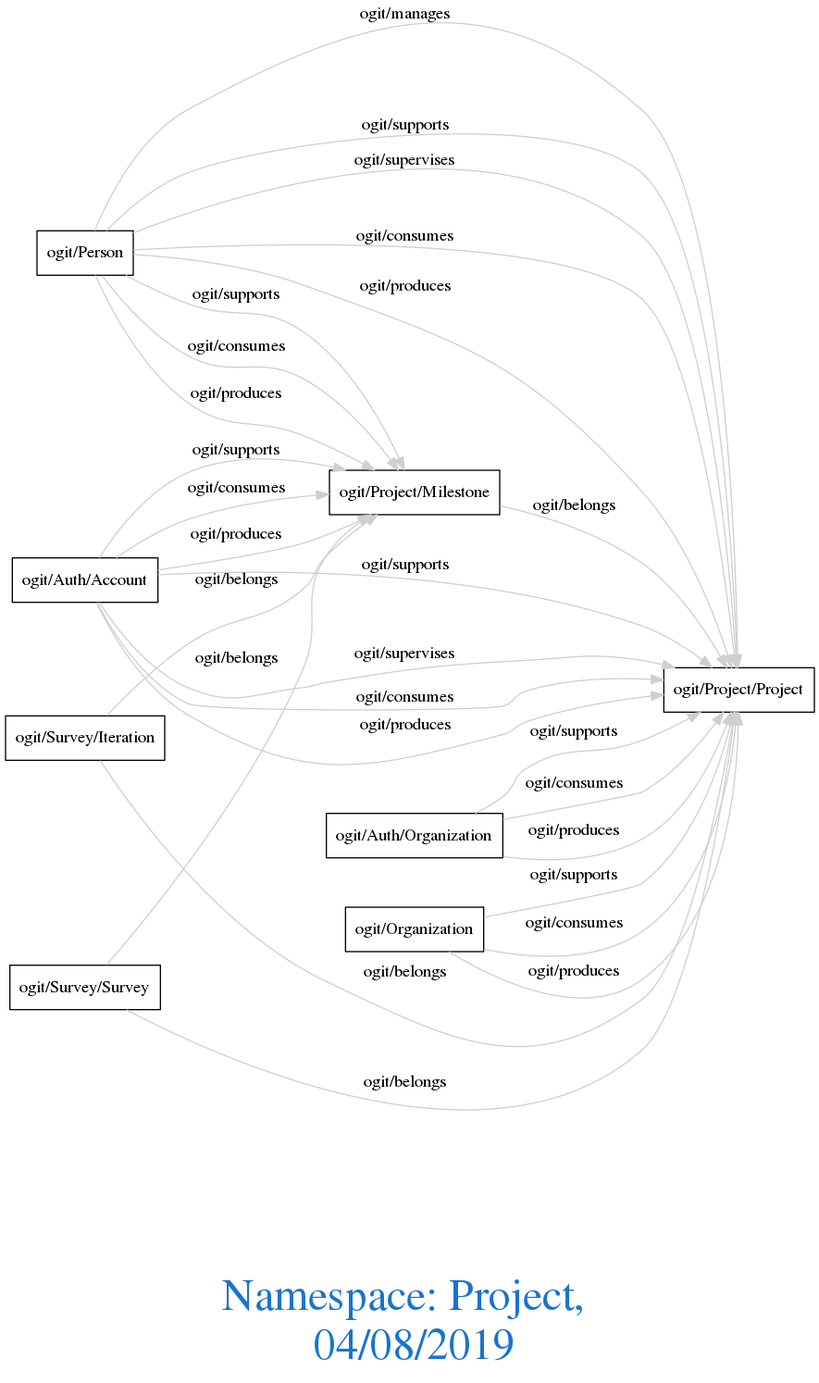
Above: downloads/Project.png in arago/OGIT (Graphviz), before the change. Its source is kept beside it as downloads/Project.dot. Source of this version:
```dot
digraph OGIT_ontology {
 graph [ rankdir= LR,fontsize = 36,
fontcolor= dodgerblue3,label = "\n\n\nNamespace: Project, \n 04/08/2019"];
node[shape=polygon];
edge [  color="gray81"];

   "ogit/Person" -> "ogit/Project/Project" [label="ogit/manages    "];
   "ogit/Auth/Account" -> "ogit/Project/Milestone" [label="ogit/supports    "];
   "ogit/Auth/Account" -> "ogit/Project/Project" [label="ogit/supports    "];
   "ogit/Auth/Organization" -> "ogit/Project/Project" [label="ogit/supports    "];
   "ogit/Organization" -> "ogit/Project/Project" [label="ogit/supports    "];
   "ogit/Person" -> "ogit/Project/Milestone" [label="ogit/supports    "];
   "ogit/Person" -> "ogit/Project/Project" [label="ogit/supports    "];
   "ogit/Auth/Account" -> "ogit/Project/Project" [label="ogit/supervises    "];
   "ogit/Person" -> "ogit/Project/Project" [label="ogit/supervises    "];
   "ogit/Auth/Account" -> "ogit/Project/Milestone" [label="ogit/consumes    "];
   "ogit/Auth/Account" -> "ogit/Project/Project" [label="ogit/consumes    "];
   "ogit/Auth/Organization" -> "ogit/Project/Project" [label="ogit/consumes    "];
   "ogit/Organization" -> "ogit/Project/Project" [label="ogit/consumes    "];
   "ogit/Person" -> "ogit/Project/Milestone" [label="ogit/consumes    "];
   "ogit/Person" -> "ogit/Project/Project" [label="ogit/consumes    "];
   "ogit/Auth/Account" -> "ogit/Project/Milestone" [label="ogit/produces    "];
   "ogit/Auth/Account" -> "ogit/Project/Project" [label="ogit/produces    "];
   "ogit/Auth/Organization" -> "ogit/Project/Project" [label="ogit/produces    "];
   "ogit/Organization" -> "ogit/Project/Project" [label="ogit/produces    "];
   "ogit/Person" -> "ogit/Project/Milestone" [label="ogit/produces    "];
   "ogit/Person" -> "ogit/Project/Project" [label="ogit/produces    "];
   "ogit/Project/Milestone" -> "ogit/Project/Project" [label="ogit/belongs    "];
   "ogit/Survey/Iteration" -> "ogit/Project/Milestone" [label="ogit/belongs    "];
   "ogit/Survey/Iteration" -> "ogit/Project/Project" [label="ogit/belongs    "];
   "ogit/Survey/Survey" -> "ogit/Project/Milestone" [label="ogit/belongs    "];
   "ogit/Survey/Survey" -> "ogit/Project/Project" [label="ogit/belongs    "];
}
```
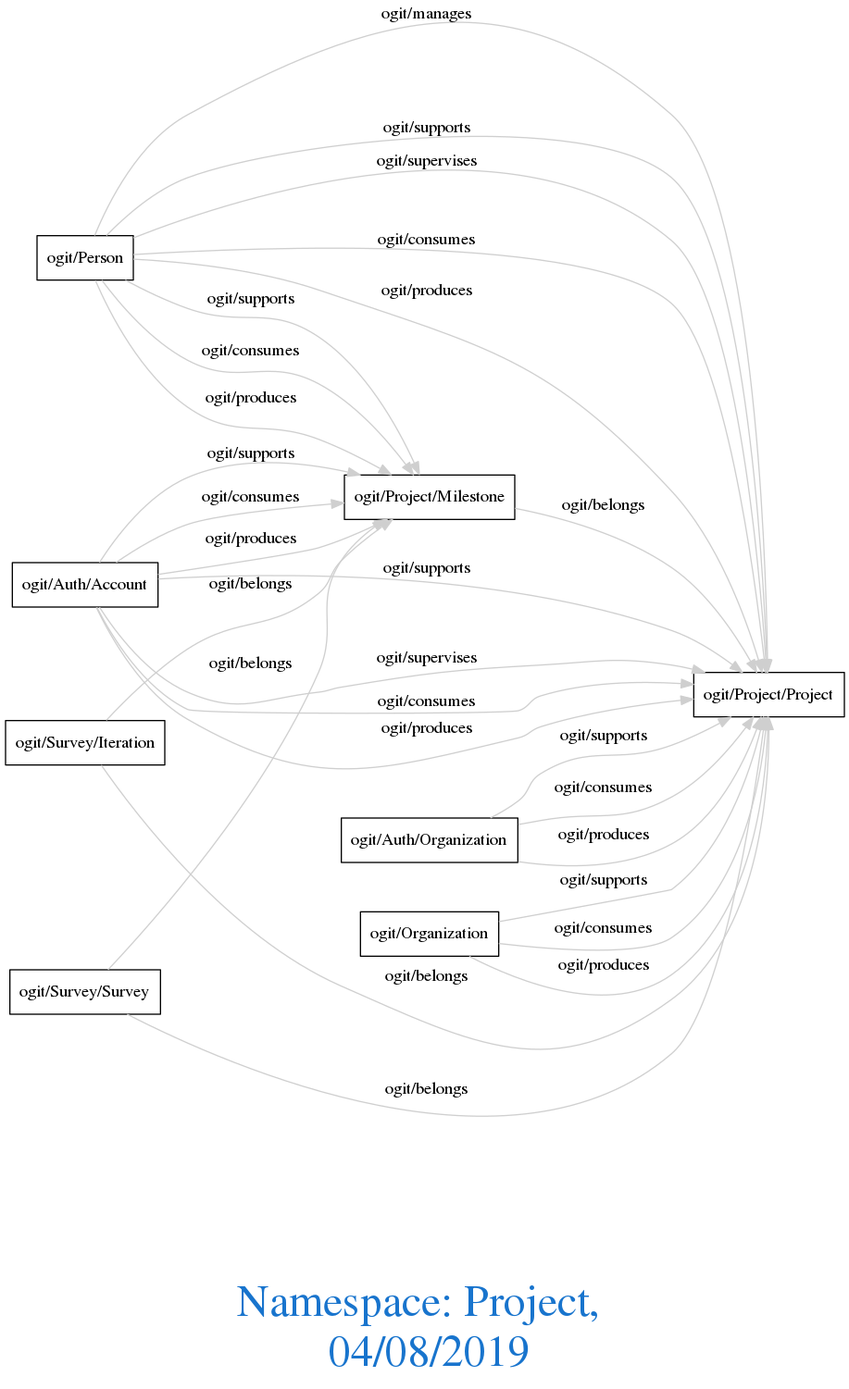
Above is the later version.

What changed in the source:
```diff
@@ -1,33 +1,34 @@
 digraph OGIT_ontology {
- graph [ rankdir= LR,fontsize = 36,
+ graph [ rankdir= LR,compound=true
+fontsize = 36,
 fontcolor= dodgerblue3,label = "\n\n\nNamespace: Project, \n 04/08/2019"];
 node[shape=polygon];
 edge [  color="gray81"];
 
-   "ogit/Person" -> "ogit/Project/Project" [label="ogit/manages    "];
-   "ogit/Auth/Account" -> "ogit/Project/Milestone" [label="ogit/supports    "];
-   "ogit/Auth/Account" -> "ogit/Project/Project" [label="ogit/supports    "];
-   "ogit/Auth/Organization" -> "ogit/Project/Project" [label="ogit/supports    "];
-   "ogit/Organization" -> "ogit/Project/Project" [label="ogit/supports    "];
-   "ogit/Person" -> "ogit/Project/Milestone" [label="ogit/supports    "];
-   "ogit/Person" -> "ogit/Project/Project" [label="ogit/supports    "];
-   "ogit/Auth/Account" -> "ogit/Project/Project" [label="ogit/supervises    "];
-   "ogit/Person" -> "ogit/Project/Project" [label="ogit/supervises    "];
-   "ogit/Auth/Account" -> "ogit/Project/Milestone" [label="ogit/consumes    "];
-   "ogit/Auth/Account" -> "ogit/Project/Project" [label="ogit/consumes    "];
-   "ogit/Auth/Organization" -> "ogit/Project/Project" [label="ogit/consumes    "];
-   "ogit/Organization" -> "ogit/Project/Project" [label="ogit/consumes    "];
-   "ogit/Person" -> "ogit/Project/Milestone" [label="ogit/consumes    "];
-   "ogit/Person" -> "ogit/Project/Project" [label="ogit/consumes    "];
-   "ogit/Auth/Account" -> "ogit/Project/Milestone" [label="ogit/produces    "];
-   "ogit/Auth/Account" -> "ogit/Project/Project" [label="ogit/produces    "];
-   "ogit/Auth/Organization" -> "ogit/Project/Project" [label="ogit/produces    "];
-   "ogit/Organization" -> "ogit/Project/Project" [label="ogit/produces    "];
-   "ogit/Person" -> "ogit/Project/Milestone" [label="ogit/produces    "];
-   "ogit/Person" -> "ogit/Project/Project" [label="ogit/produces    "];
-   "ogit/Project/Milestone" -> "ogit/Project/Project" [label="ogit/belongs    "];
-   "ogit/Survey/Iteration" -> "ogit/Project/Milestone" [label="ogit/belongs    "];
-   "ogit/Survey/Iteration" -> "ogit/Project/Project" [label="ogit/belongs    "];
-   "ogit/Survey/Survey" -> "ogit/Project/Milestone" [label="ogit/belongs    "];
-   "ogit/Survey/Survey" -> "ogit/Project/Project" [label="ogit/belongs    "];
+   "ogit/Person" -> "ogit/Project/Project" [label="   ogit/manages    "];
+   "ogit/Auth/Account" -> "ogit/Project/Milestone" [label="   ogit/supports    "];
+   "ogit/Auth/Account" -> "ogit/Project/Project" [label="   ogit/supports    "];
+   "ogit/Auth/Organization" -> "ogit/Project/Project" [label="   ogit/supports    "];
+   "ogit/Organization" -> "ogit/Project/Project" [label="   ogit/supports    "];
+   "ogit/Person" -> "ogit/Project/Milestone" [label="   ogit/supports    "];
+   "ogit/Person" -> "ogit/Project/Project" [label="   ogit/supports    "];
+   "ogit/Auth/Account" -> "ogit/Project/Project" [label="   ogit/supervises    "];
+   "ogit/Person" -> "ogit/Project/Project" [label="   ogit/supervises    "];
+   "ogit/Auth/Account" -> "ogit/Project/Milestone" [label="   ogit/consumes    "];
+   "ogit/Auth/Account" -> "ogit/Project/Project" [label="   ogit/consumes    "];
+   "ogit/Auth/Organization" -> "ogit/Project/Project" [label="   ogit/consumes    "];
+   "ogit/Organization" -> "ogit/Project/Project" [label="   ogit/consumes    "];
+   "ogit/Person" -> "ogit/Project/Milestone" [label="   ogit/consumes    "];
+   "ogit/Person" -> "ogit/Project/Project" [label="   ogit/consumes    "];
+   "ogit/Auth/Account" -> "ogit/Project/Milestone" [label="   ogit/produces    "];
+   "ogit/Auth/Account" -> "ogit/Project/Project" [label="   ogit/produces    "];
+   "ogit/Auth/Organization" -> "ogit/Project/Project" [label="   ogit/produces    "];
+   "ogit/Organization" -> "ogit/Project/Project" [label="   ogit/produces    "];
+   "ogit/Person" -> "ogit/Project/Milestone" [label="   ogit/produces    "];
+   "ogit/Person" -> "ogit/Project/Project" [label="   ogit/produces    "];
+   "ogit/Project/Milestone" -> "ogit/Project/Project" [label="   ogit/belongs    "];
+   "ogit/Survey/Iteration" -> "ogit/Project/Milestone" [label="   ogit/belongs    "];
+   "ogit/Survey/Iteration" -> "ogit/Project/Project" [label="   ogit/belongs    "];
+   "ogit/Survey/Survey" -> "ogit/Project/Milestone" [label="   ogit/belongs    "];
+   "ogit/Survey/Survey" -> "ogit/Project/Project" [label="   ogit/belongs    "];
 }
```
